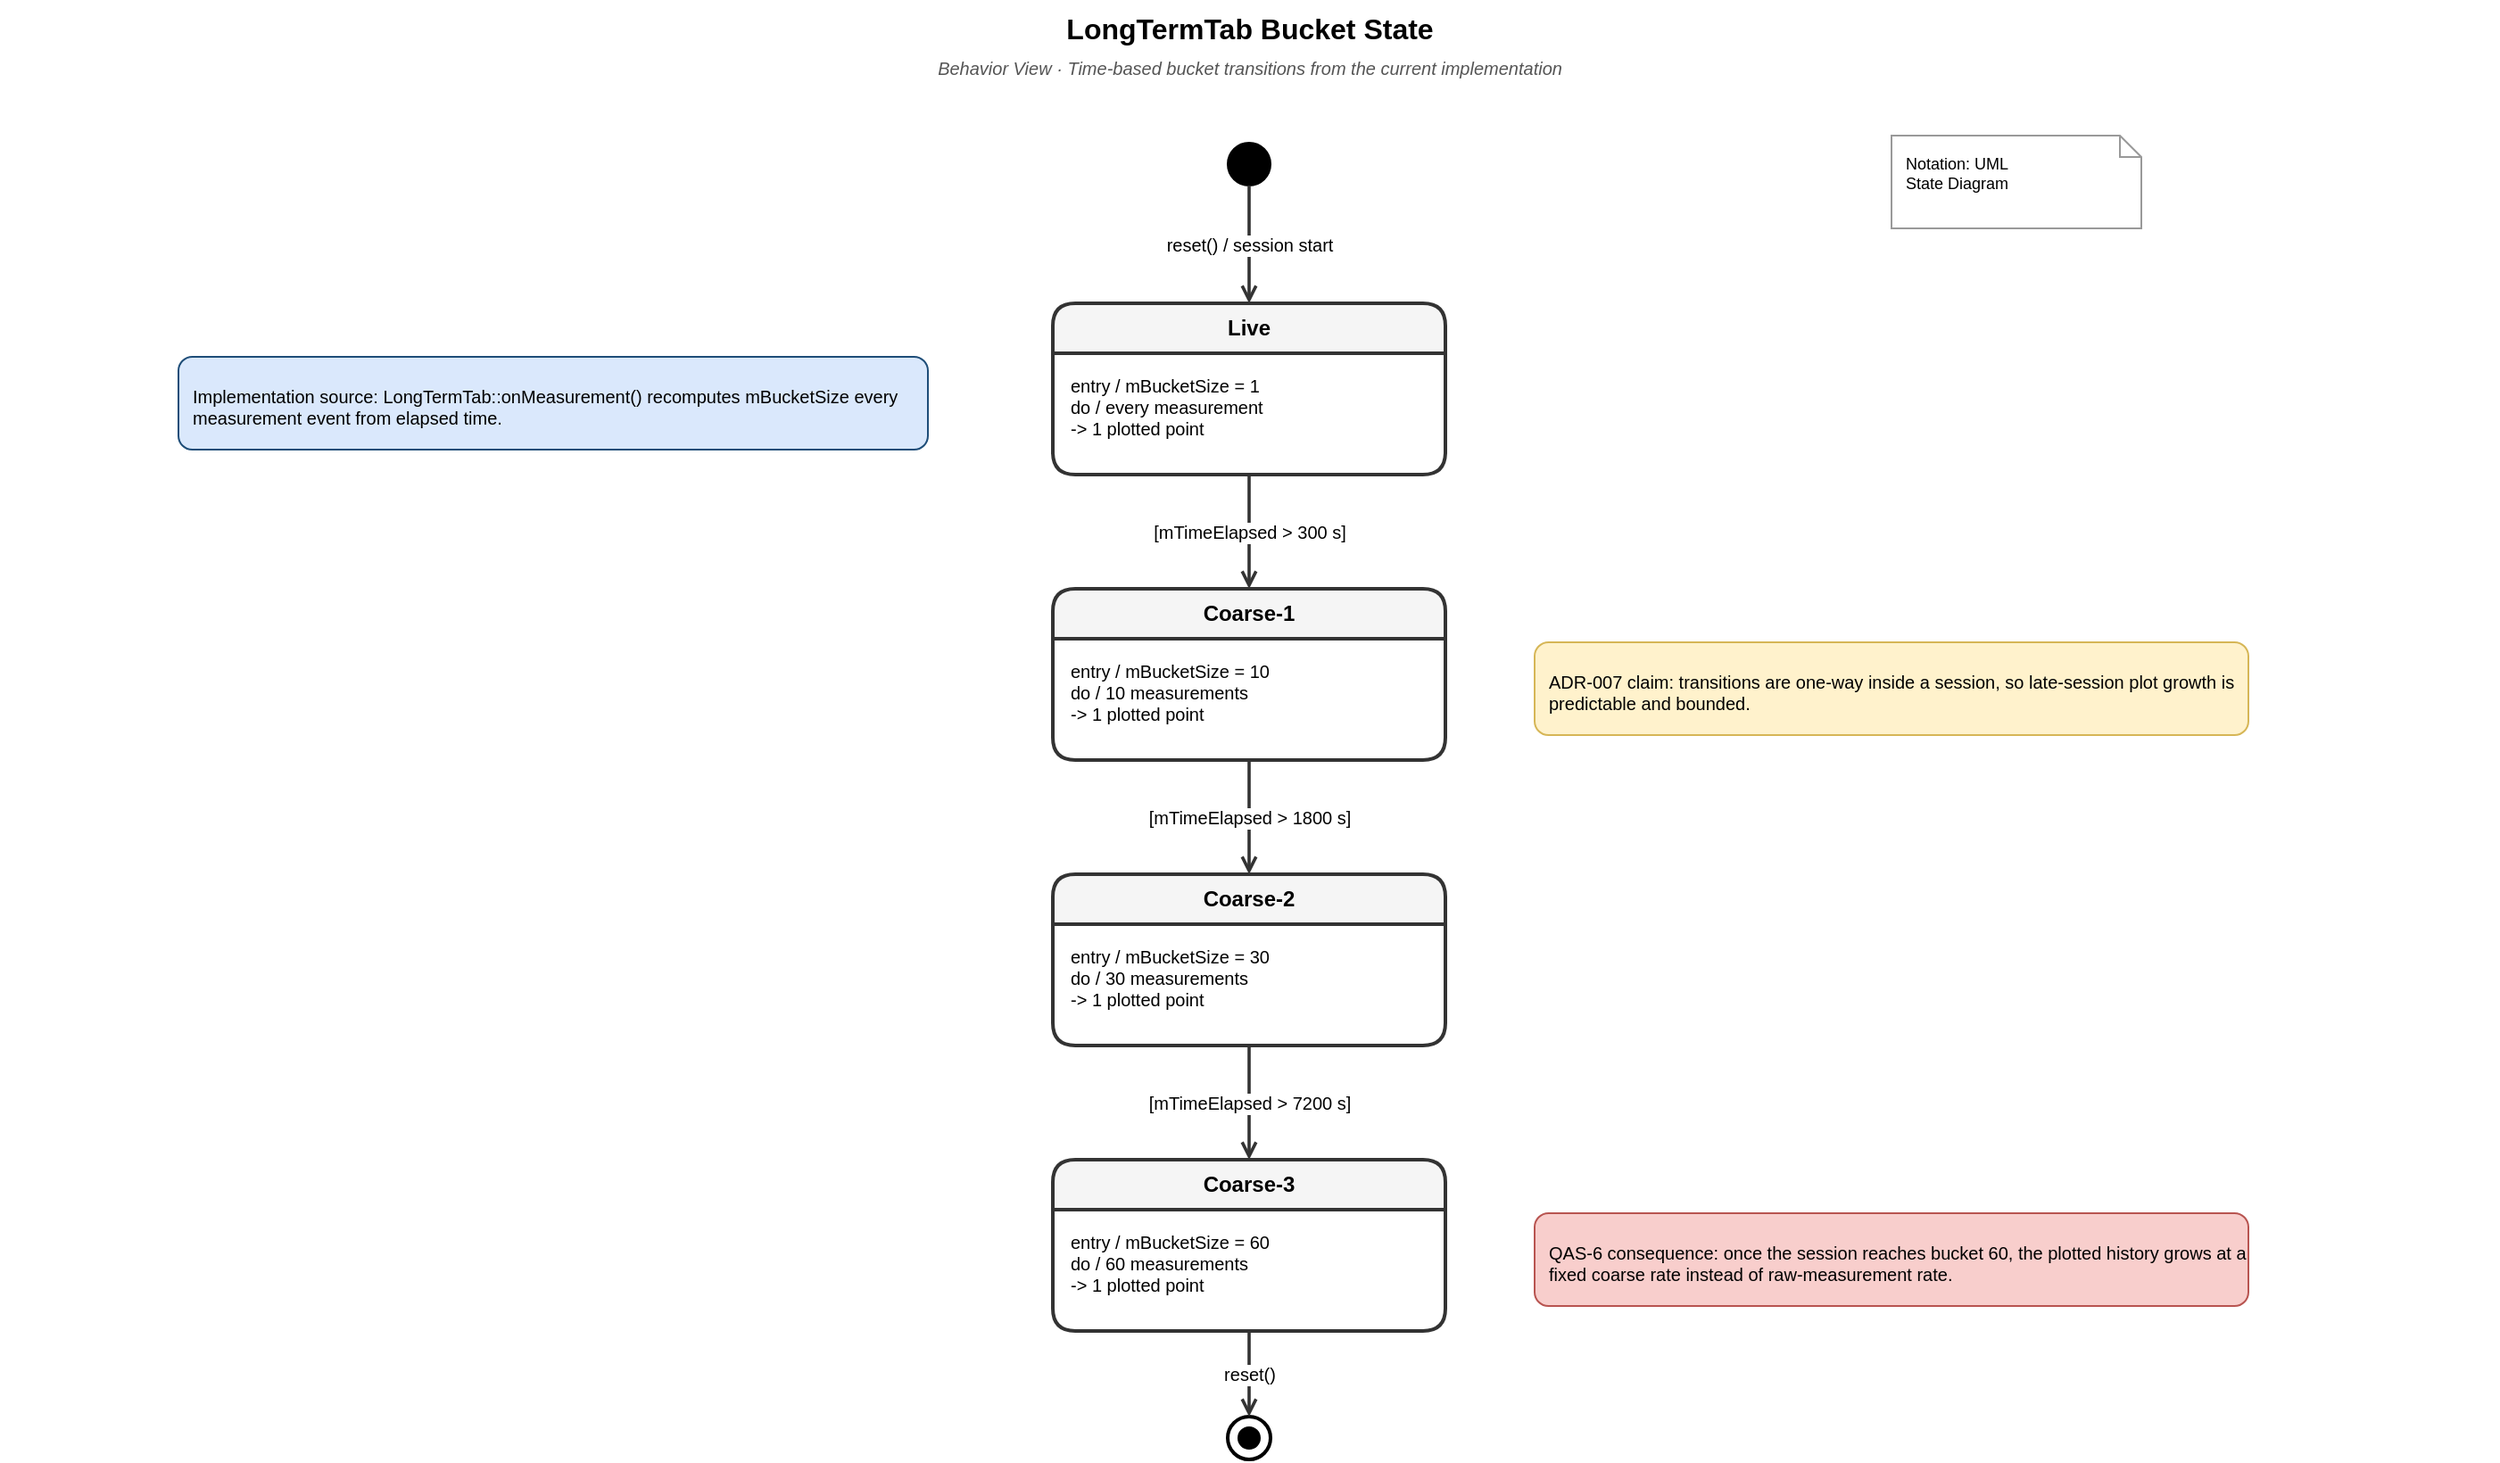
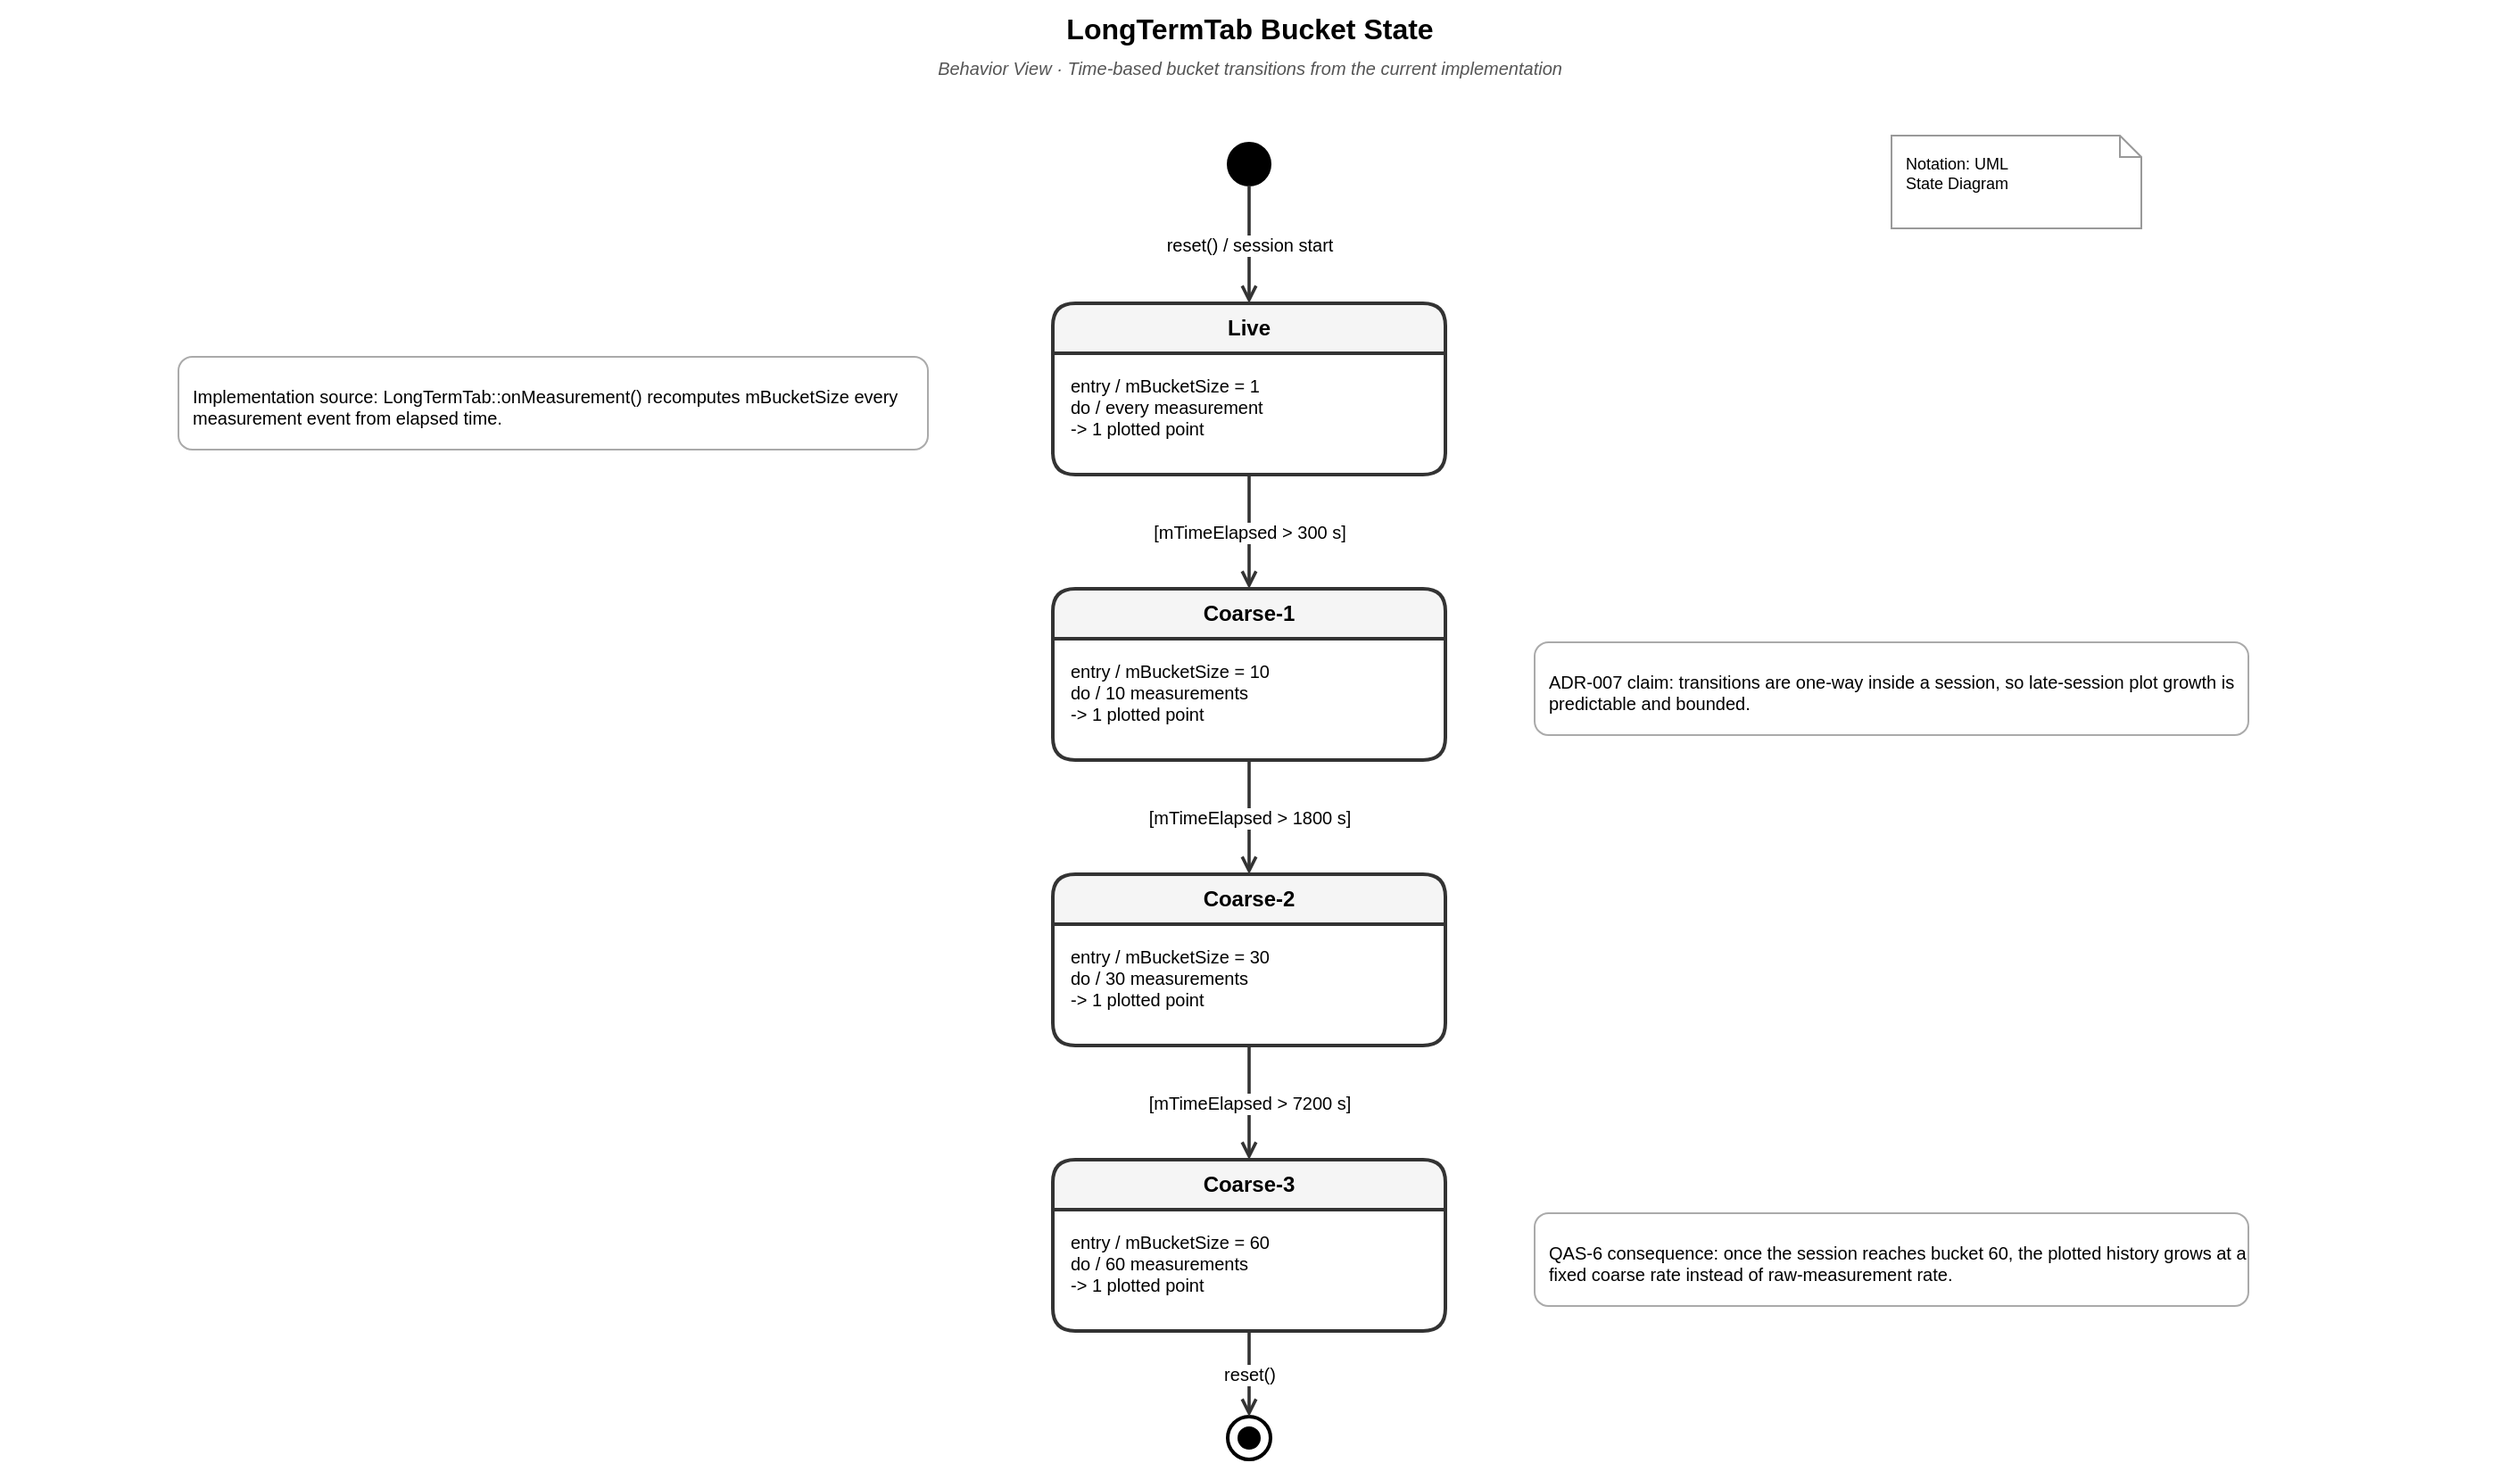
<mxfile host="65bd71144e">
    <diagram id="longtermtab-state" name="LongTermTab Bucket State">
        <mxGraphModel dx="730" dy="827" grid="1" gridSize="10" guides="1" tooltips="1" connect="1" arrows="1" fold="1" page="1" pageScale="1" pageWidth="1400" pageHeight="900" math="0" shadow="0">
            <root>
                <mxCell id="0"/>
                <mxCell id="1" parent="0"/>
                <mxCell id="title" value="LongTermTab Bucket State" style="text;html=1;strokeColor=none;fillColor=none;align=center;fontSize=16;fontStyle=1;" parent="1" vertex="1">
                    <mxGeometry y="10" width="1400" height="24" as="geometry"/>
                </mxCell>
                <mxCell id="subtitle" value="Behavior View · Time-based bucket transitions from the current implementation" style="text;html=1;strokeColor=none;fillColor=none;align=center;fontSize=10;fontStyle=2;fontColor=#555555;" parent="1" vertex="1">
                    <mxGeometry y="36" width="1400" height="18" as="geometry"/>
                </mxCell>
                <mxCell id="notation" value="Notation: UML&#xa;State Diagram" style="shape=note;whiteSpace=wrap;html=1;fillColor=#ffffff;strokeColor=#999999;fontSize=9;size=12;align=left;verticalAlign=top;spacingLeft=6;spacingTop=4;" parent="1" vertex="1">
                    <mxGeometry x="1060" y="86" width="140" height="52" as="geometry"/>
                </mxCell>
                <mxCell id="start" value="" style="ellipse;html=1;fillColor=#000000;strokeColor=#000000;" parent="1" vertex="1">
                    <mxGeometry x="688" y="90" width="24" height="24" as="geometry"/>
                </mxCell>
                <mxCell id="live" value="Live" style="swimlane;fontStyle=1;align=center;verticalAlign=top;horizontal=1;startSize=28;collapsible=0;whiteSpace=wrap;html=1;fillColor=#f5f5f5;strokeColor=#333333;strokeWidth=2;fontSize=12;rounded=1;" parent="1" vertex="1">
                    <mxGeometry x="590" y="180" width="220" height="96" as="geometry"/>
                </mxCell>
                <mxCell id="liveBody" value="entry / mBucketSize = 1&#xa;do / every measurement&#xa;      -&gt; 1 plotted point" style="text;strokeColor=none;fillColor=none;align=left;verticalAlign=top;fontSize=10;spacingLeft=8;spacingTop=6;whiteSpace=wrap;" parent="live" vertex="1">
                    <mxGeometry y="28" width="220" height="68" as="geometry"/>
                </mxCell>
                <mxCell id="coarse1" value="Coarse-1" style="swimlane;fontStyle=1;align=center;verticalAlign=top;horizontal=1;startSize=28;collapsible=0;whiteSpace=wrap;html=1;fillColor=#f5f5f5;strokeColor=#333333;strokeWidth=2;fontSize=12;rounded=1;" parent="1" vertex="1">
                    <mxGeometry x="590" y="340" width="220" height="96" as="geometry"/>
                </mxCell>
                <mxCell id="coarse1Body" value="entry / mBucketSize = 10&#xa;do / 10 measurements&#xa;      -&gt; 1 plotted point" style="text;strokeColor=none;fillColor=none;align=left;verticalAlign=top;fontSize=10;spacingLeft=8;spacingTop=6;whiteSpace=wrap;" parent="coarse1" vertex="1">
                    <mxGeometry y="28" width="220" height="68" as="geometry"/>
                </mxCell>
                <mxCell id="coarse2" value="Coarse-2" style="swimlane;fontStyle=1;align=center;verticalAlign=top;horizontal=1;startSize=28;collapsible=0;whiteSpace=wrap;html=1;fillColor=#f5f5f5;strokeColor=#333333;strokeWidth=2;fontSize=12;rounded=1;" parent="1" vertex="1">
                    <mxGeometry x="590" y="500" width="220" height="96" as="geometry"/>
                </mxCell>
                <mxCell id="coarse2Body" value="entry / mBucketSize = 30&#xa;do / 30 measurements&#xa;      -&gt; 1 plotted point" style="text;strokeColor=none;fillColor=none;align=left;verticalAlign=top;fontSize=10;spacingLeft=8;spacingTop=6;whiteSpace=wrap;" parent="coarse2" vertex="1">
                    <mxGeometry y="28" width="220" height="68" as="geometry"/>
                </mxCell>
                <mxCell id="coarse3" value="Coarse-3" style="swimlane;fontStyle=1;align=center;verticalAlign=top;horizontal=1;startSize=28;collapsible=0;whiteSpace=wrap;html=1;fillColor=#f5f5f5;strokeColor=#333333;strokeWidth=2;fontSize=12;rounded=1;" parent="1" vertex="1">
                    <mxGeometry x="590" y="660" width="220" height="96" as="geometry"/>
                </mxCell>
                <mxCell id="coarse3Body" value="entry / mBucketSize = 60&#xa;do / 60 measurements&#xa;      -&gt; 1 plotted point" style="text;strokeColor=none;fillColor=none;align=left;verticalAlign=top;fontSize=10;spacingLeft=8;spacingTop=6;whiteSpace=wrap;" parent="coarse3" vertex="1">
                    <mxGeometry y="28" width="220" height="68" as="geometry"/>
                </mxCell>
                <mxCell id="end" value="" style="ellipse;html=1;fillColor=#ffffff;strokeColor=#000000;strokeWidth=2;" parent="1" vertex="1">
                    <mxGeometry x="688" y="804" width="24" height="24" as="geometry"/>
                </mxCell>
                <mxCell id="endInner" value="" style="ellipse;html=1;fillColor=#000000;strokeColor=#000000;" parent="1" vertex="1">
                    <mxGeometry x="694" y="810" width="12" height="12" as="geometry"/>
                </mxCell>
                <mxCell id="e1" value="reset() / session start" style="endArrow=open;endFill=0;html=1;strokeColor=#333333;strokeWidth=1.8;fontSize=10;" parent="1" source="start" target="live" edge="1">
                    <mxGeometry relative="1" as="geometry"/>
                </mxCell>
                <mxCell id="e2" value="[mTimeElapsed &gt; 300 s]" style="endArrow=open;endFill=0;html=1;strokeColor=#333333;strokeWidth=1.8;fontSize=10;" parent="1" source="live" target="coarse1" edge="1">
                    <mxGeometry relative="1" as="geometry"/>
                </mxCell>
                <mxCell id="e3" value="[mTimeElapsed &gt; 1800 s]" style="endArrow=open;endFill=0;html=1;strokeColor=#333333;strokeWidth=1.8;fontSize=10;" parent="1" source="coarse1" target="coarse2" edge="1">
                    <mxGeometry relative="1" as="geometry"/>
                </mxCell>
                <mxCell id="e4" value="[mTimeElapsed &gt; 7200 s]" style="endArrow=open;endFill=0;html=1;strokeColor=#333333;strokeWidth=1.8;fontSize=10;" parent="1" source="coarse2" target="coarse3" edge="1">
                    <mxGeometry relative="1" as="geometry"/>
                </mxCell>
                <mxCell id="e5" value="reset()" style="endArrow=open;endFill=0;html=1;strokeColor=#333333;strokeWidth=1.8;fontSize=10;" parent="1" source="coarse3" target="end" edge="1">
                    <mxGeometry relative="1" as="geometry"/>
                </mxCell>
-                 <mxCell id="note1" value="Implementation source: LongTermTab::onMeasurement() recomputes mBucketSize every measurement event from elapsed time." style="rounded=1;whiteSpace=wrap;html=1;fillColor=#dae8fc;strokeColor=#1e4d78;fontSize=10;align=left;spacingLeft=6;spacingTop=4;" parent="1" vertex="1">
+                 <mxCell id="note1" value="Implementation source: LongTermTab::onMeasurement() recomputes mBucketSize every measurement event from elapsed time." style="rounded=1;whiteSpace=wrap;html=1;fillColor=#ffffff;strokeColor=#AAAAAA;fontSize=10;align=left;spacingLeft=6;spacingTop=4;" parent="1" vertex="1">
                    <mxGeometry x="100" y="210" width="420" height="52" as="geometry"/>
                </mxCell>
-                 <mxCell id="note2" value="ADR-007 claim: transitions are one-way inside a session, so late-session plot growth is predictable and bounded." style="rounded=1;whiteSpace=wrap;html=1;fillColor=#fff2cc;strokeColor=#d6b656;fontSize=10;align=left;spacingLeft=6;spacingTop=4;" parent="1" vertex="1">
+                 <mxCell id="note2" value="ADR-007 claim: transitions are one-way inside a session, so late-session plot growth is predictable and bounded." style="rounded=1;whiteSpace=wrap;html=1;fillColor=#ffffff;strokeColor=#AAAAAA;fontSize=10;align=left;spacingLeft=6;spacingTop=4;" parent="1" vertex="1">
                    <mxGeometry x="860" y="370" width="400" height="52" as="geometry"/>
                </mxCell>
-                 <mxCell id="note3" value="QAS-6 consequence: once the session reaches bucket 60, the plotted history grows at a fixed coarse rate instead of raw-measurement rate." style="rounded=1;whiteSpace=wrap;html=1;fillColor=#f8cecc;strokeColor=#b85450;fontSize=10;align=left;spacingLeft=6;spacingTop=4;" parent="1" vertex="1">
+                 <mxCell id="note3" value="QAS-6 consequence: once the session reaches bucket 60, the plotted history grows at a fixed coarse rate instead of raw-measurement rate." style="rounded=1;whiteSpace=wrap;html=1;fillColor=#ffffff;strokeColor=#AAAAAA;fontSize=10;align=left;spacingLeft=6;spacingTop=4;" parent="1" vertex="1">
                    <mxGeometry x="860" y="690" width="400" height="52" as="geometry"/>
                </mxCell>
            </root>
        </mxGraphModel>
    </diagram>
</mxfile>